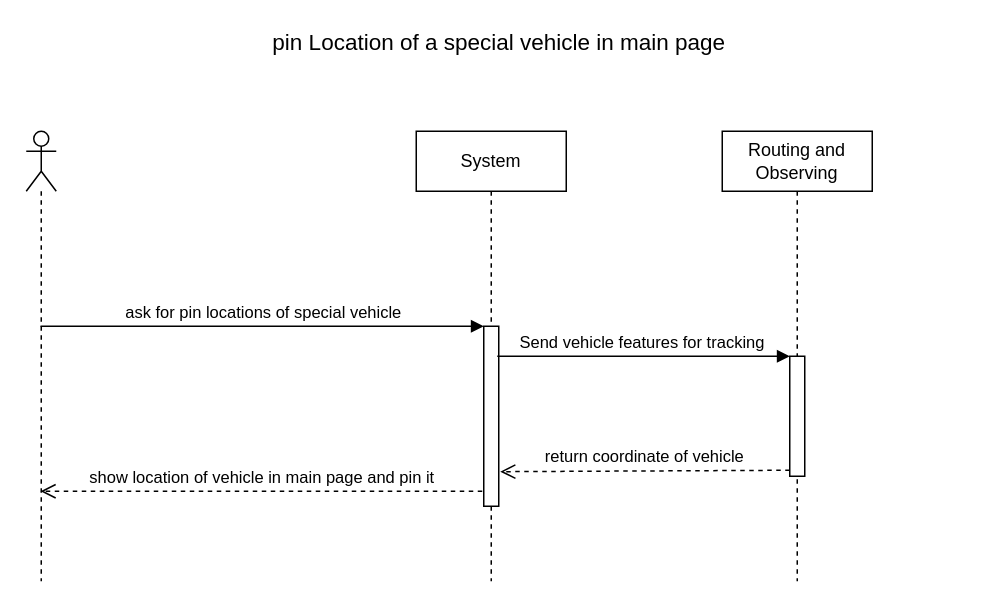
This is Behavioral Modeling/SequenceDiagram/pin-vehicle.drawio from kargaranamir/Travelink, a draw.io file, before an edit. Source tidied: cells renumbered, new cells numbered last; positions are measured from the earlier drawing's top-left corner, leaving out a move shared by most shapes. Both pictures are drawn from the tidied source at 150%, with x=0, y=0 at pixel (26, 26).
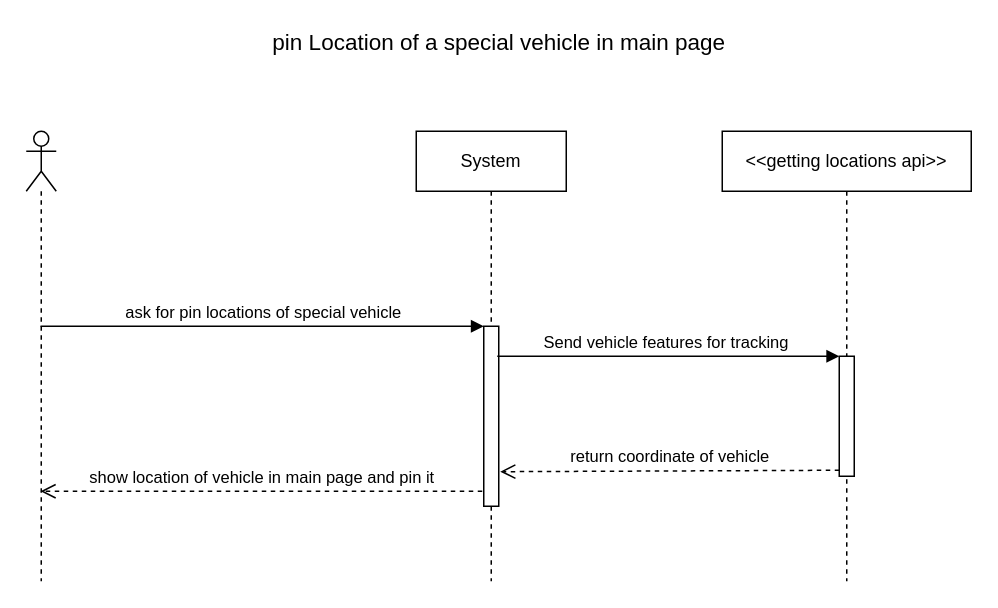
Above is the later version.

Change to the diagram source:
```diff
@@
 <mxGraphModel>
   <root>
     <mxCell id="0" />
     <mxCell id="1" parent="0" />
     <mxCell id="2" style="shape=umlLifeline;participant=umlActor;perimeter=lifelinePerimeter;whiteSpace=wrap;html=1;verticalAlign=top;spacingTop=36;labelBackgroundColor=#ffffff;outlineConnect=0;strokeWidth=1;" parent="1" vertex="1">
       <mxGeometry y="70" width="20" height="300" as="geometry" />
     </mxCell>
     <mxCell id="3" value="System" style="shape=umlLifeline;perimeter=lifelinePerimeter;whiteSpace=wrap;html=1;strokeWidth=1;" parent="1" vertex="1">
       <mxGeometry x="260" y="70" width="100" height="300" as="geometry" />
     </mxCell>
     <mxCell id="4" style="html=1;points=[];perimeter=orthogonalPerimeter;strokeWidth=1;" parent="3" vertex="1">
       <mxGeometry x="45" y="130" width="10" height="120" as="geometry" />
     </mxCell>
-    <mxCell id="5" value="Routing and Observing" style="shape=umlLifeline;perimeter=lifelinePerimeter;whiteSpace=wrap;html=1;strokeWidth=1;" parent="1" vertex="1">
-      <mxGeometry x="464" y="70" width="100" height="300" as="geometry" />
+    <mxCell id="5" value="&amp;lt;&amp;lt;getting locations api&amp;gt;&amp;gt;" style="shape=umlLifeline;perimeter=lifelinePerimeter;whiteSpace=wrap;html=1;strokeWidth=1;" parent="1" vertex="1">
+      <mxGeometry x="464" y="70" width="166" height="300" as="geometry" />
     </mxCell>
     <mxCell id="6" style="html=1;points=[];perimeter=orthogonalPerimeter;strokeWidth=1;" parent="5" vertex="1">
-      <mxGeometry x="45" y="150" width="10" height="80" as="geometry" />
+      <mxGeometry x="78" y="150" width="10" height="80" as="geometry" />
     </mxCell>
     <mxCell id="7" value="ask for pin locations of special vehicle" style="html=1;verticalAlign=bottom;endArrow=block;entryX=0;entryY=0;" parent="1" edge="1" source="2" target="4">
       <mxGeometry relative="1" as="geometry" />
     </mxCell>
     <mxCell id="8" value="Send vehicle features for tracking&amp;nbsp;" style="html=1;verticalAlign=bottom;endArrow=block;entryX=0;entryY=0;" parent="1" edge="1" target="6">
       <mxGeometry relative="1" as="geometry">
         <mxPoint x="314" y="220" as="sourcePoint" />
       </mxGeometry>
     </mxCell>
     <mxCell id="9" value="return coordinate of vehicle" style="html=1;verticalAlign=bottom;endArrow=open;dashed=1;endSize=8;exitX=0;exitY=0.95;entryX=1.1;entryY=0.808;entryDx=0;entryDy=0;entryPerimeter=0;" parent="1" edge="1" source="6" target="4">
       <mxGeometry relative="1" as="geometry" />
     </mxCell>
     <mxCell id="10" value="show location of vehicle in main page and pin it" style="html=1;verticalAlign=bottom;endArrow=open;dashed=1;endSize=8;" parent="1" edge="1" target="2">
       <mxGeometry relative="1" as="geometry">
         <mxPoint x="304" y="310" as="sourcePoint" />
       </mxGeometry>
     </mxCell>
     <mxCell id="11" value="&lt;font style=&quot;font-size: 15px&quot;&gt;pin Location of a special vehicle in main page&lt;/font&gt;" style="text;html=1;strokeColor=none;fillColor=none;align=center;verticalAlign=middle;whiteSpace=wrap;rounded=0;" parent="1" vertex="1">
       <mxGeometry x="127.5" width="375" height="20" as="geometry" />
     </mxCell>
   </root>
 </mxGraphModel>
```
